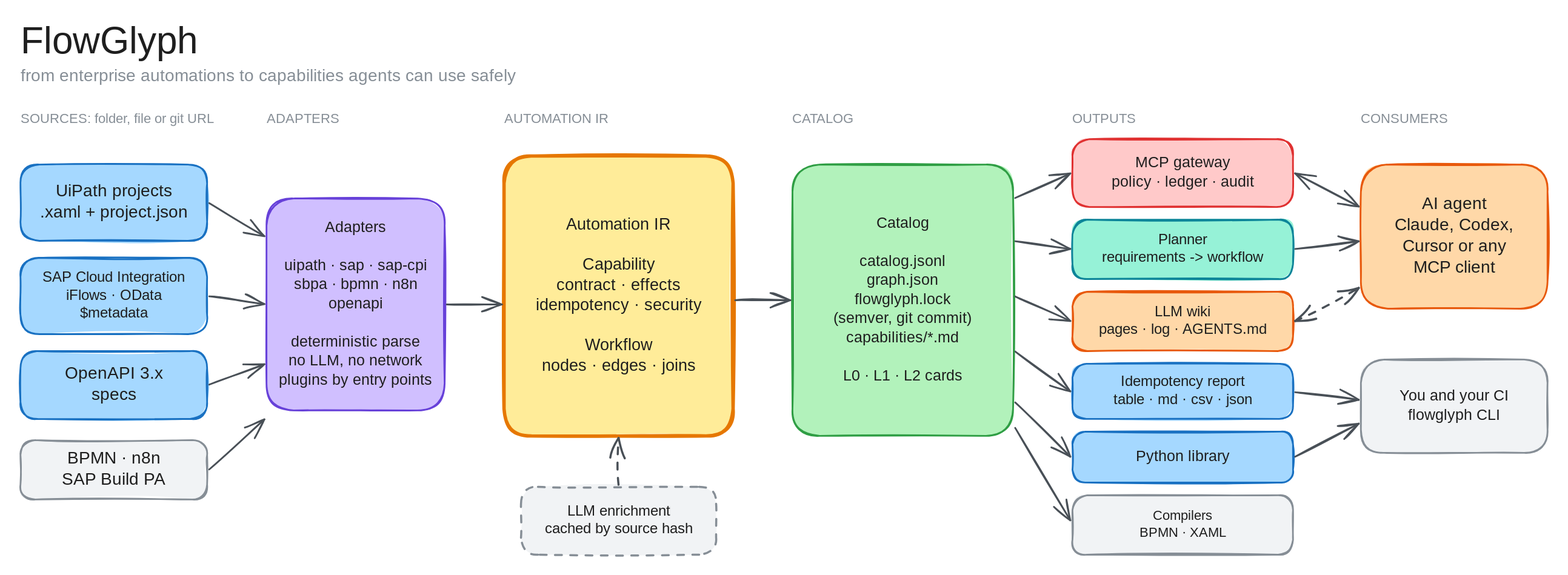
This is docs/assets/pipeline-light.svg from afernandeztem/FlowGlyph, a Excalidraw export, as it was before one commit. Source tidied: one line per element, renumbered; positions are measured from the earlier drawing's top-left corner, leaving out a move shared by most shapes.
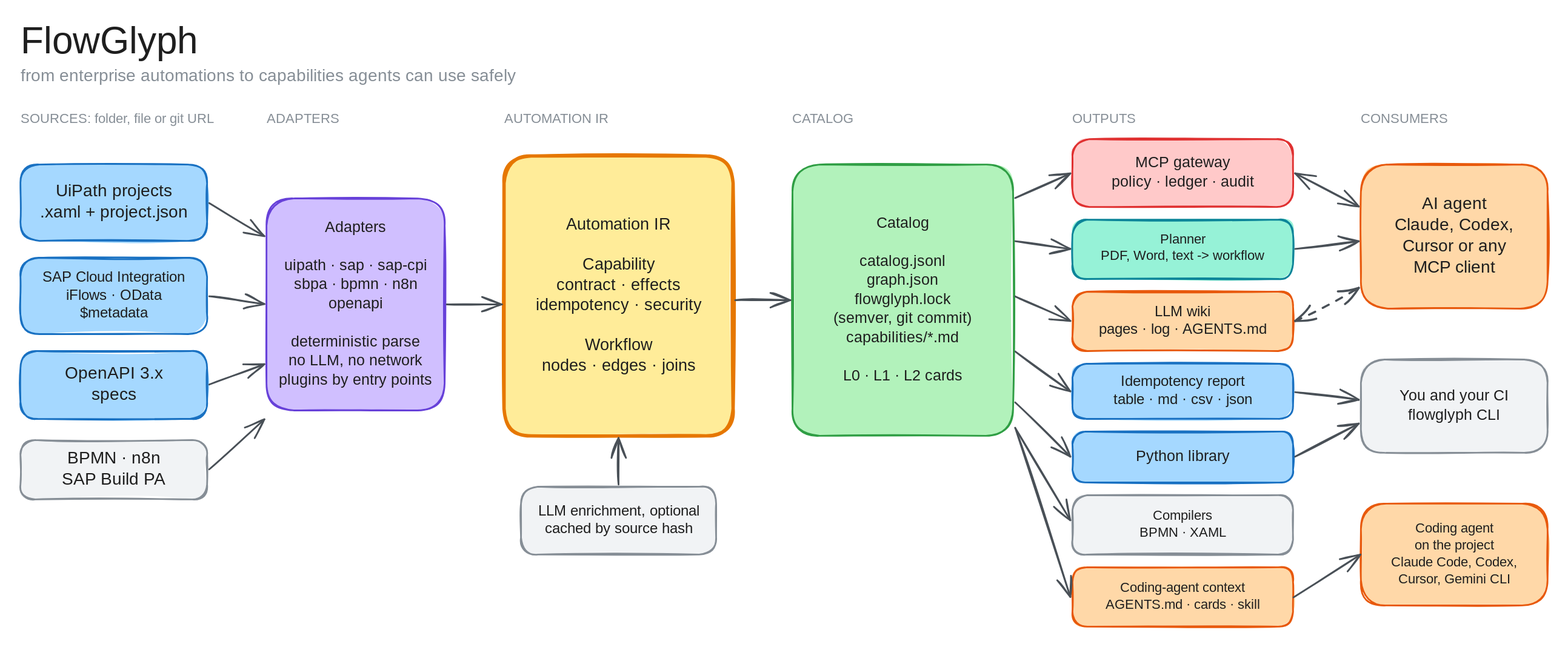
Above is the later version.

What changed in the source:
```diff
@@ -12,7 +12,7 @@
 {"id": 11, "type": "rectangle", "strokeColor": "#868e96", "backgroundColor": "#f1f3f5", "fillStyle": "solid", "strokeWidth": 2, "roughness": 1, "round": true, "x": 0, "y": 495, "width": 220, "height": 70}
 {"id": 12, "type": "rectangle", "strokeColor": "#6741d9", "backgroundColor": "#d0bfff", "fillStyle": "solid", "strokeWidth": 2, "roughness": 1, "round": true, "x": 290, "y": 210, "width": 210, "height": 250}
 {"id": 13, "type": "rectangle", "strokeColor": "#e67700", "backgroundColor": "#ffec99", "fillStyle": "solid", "strokeWidth": 4, "roughness": 1, "round": true, "x": 570, "y": 160, "width": 270, "height": 330}
-{"id": 14, "type": "rectangle", "strokeColor": "#868e96", "backgroundColor": "#f1f3f5", "fillStyle": "solid", "strokeWidth": 2, "strokeStyle": "dashed", "roughness": 1, "round": true, "x": 590, "y": 550, "width": 230, "height": 80}
+{"id": 14, "type": "rectangle", "strokeColor": "#868e96", "backgroundColor": "#f1f3f5", "fillStyle": "solid", "strokeWidth": 2, "roughness": 1, "round": true, "x": 590, "y": 550, "width": 230, "height": 80}
 {"id": 15, "type": "rectangle", "strokeColor": "#2f9e44", "backgroundColor": "#b2f2bb", "fillStyle": "solid", "strokeWidth": 2, "roughness": 1, "round": true, "x": 910, "y": 170, "width": 260, "height": 320}
 {"id": 16, "type": "rectangle", "strokeColor": "#e03131", "backgroundColor": "#ffc9c9", "fillStyle": "solid", "strokeWidth": 2, "roughness": 1, "round": true, "x": 1240, "y": 140, "width": 260, "height": 80}
 {"id": 17, "type": "rectangle", "strokeColor": "#0c8599", "backgroundColor": "#96f2d7", "fillStyle": "solid", "strokeWidth": 2, "roughness": 1, "round": true, "x": 1240, "y": 235, "width": 260, "height": 70}
@@ -28,7 +28,7 @@
 {"id": 27, "type": "arrow", "strokeColor": "#495057", "strokeWidth": 2, "roughness": 1, "endArrowhead": "arrow", "x": 222, "y": 530, "width": 65, "height": 59, "points": [[0, 0], [65, -59]]}
 {"id": 28, "type": "arrow", "strokeColor": "#495057", "strokeWidth": 2, "roughness": 1, "endArrowhead": "arrow", "x": 502, "y": 335, "width": 65, "height": 0, "points": [[0, 0], [65, 0]]}
 {"id": 29, "type": "arrow", "strokeColor": "#495057", "strokeWidth": 2, "roughness": 1, "endArrowhead": "arrow", "x": 842, "y": 330, "width": 65, "height": 0, "points": [[0, 0], [65, 0]]}
-{"id": 30, "type": "arrow", "strokeColor": "#495057", "strokeWidth": 2, "strokeStyle": "dashed", "roughness": 1, "endArrowhead": "arrow", "x": 705, "y": 548, "width": 0, "height": 55, "points": [[0, 0], [0, -55]]}
+{"id": 30, "type": "arrow", "strokeColor": "#495057", "strokeWidth": 2, "roughness": 1, "endArrowhead": "arrow", "x": 705, "y": 548, "width": 0, "height": 55, "points": [[0, 0], [0, -55]]}
 {"id": 31, "type": "arrow", "strokeColor": "#495057", "strokeWidth": 2, "roughness": 1, "endArrowhead": "arrow", "x": 1172, "y": 210, "width": 65, "height": 29, "points": [[0, 0], [65, -29]]}
 {"id": 32, "type": "arrow", "strokeColor": "#495057", "strokeWidth": 2, "roughness": 1, "endArrowhead": "arrow", "x": 1172, "y": 260, "width": 65, "height": 9, "points": [[0, 0], [65, 9]]}
 {"id": 33, "type": "arrow", "strokeColor": "#495057", "strokeWidth": 2, "roughness": 1, "endArrowhead": "arrow", "x": 1172, "y": 326, "width": 65, "height": 29, "points": [[0, 0], [65, 29]]}
@@ -46,13 +46,19 @@
 {"id": 45, "type": "text", "text": "BPMN · n8n\nSAP Build PA", "strokeColor": "#1e1e1e", "strokeWidth": 2, "roughness": 1, "fontSize": 20, "fontFamily": 5, "textAlign": "center", "verticalAlign": "middle", "inside": 11, "x": 55, "y": 505, "width": 111, "height": 50}
 {"id": 46, "type": "text", "text": "Adapters\n\nuipath · sap · sap-cpi\nsbpa · bpmn · n8n\nopenapi\n\ndeterministic parse\nno LLM, no network\nplugins by entry points", "strokeColor": "#1e1e1e", "strokeWidth": 2, "roughness": 1, "fontSize": 18, "fontFamily": 5, "textAlign": "center", "verticalAlign": "middle", "inside": 12, "x": 310, "y": 234, "width": 169, "height": 202}
 {"id": 47, "type": "text", "text": "Automation IR\n\nCapability\ncontract · effects\nidempotency · security\n\nWorkflow\nnodes · edges · joins", "strokeColor": "#1e1e1e", "strokeWidth": 2, "roughness": 1, "fontSize": 19, "fontFamily": 5, "textAlign": "center", "verticalAlign": "middle", "inside": 13, "x": 603, "y": 230, "width": 204, "height": 190}
-{"id": 48, "type": "text", "text": "LLM enrichment\ncached by source hash", "strokeColor": "#1e1e1e", "strokeWidth": 2, "roughness": 1, "fontSize": 17, "fontFamily": 5, "textAlign": "center", "verticalAlign": "middle", "inside": 14, "x": 612, "y": 569, "width": 187, "height": 42}
+{"id": 48, "type": "text", "text": "LLM enrichment, optional\ncached by source hash", "strokeColor": "#1e1e1e", "strokeWidth": 2, "roughness": 1, "fontSize": 17, "fontFamily": 5, "textAlign": "center", "verticalAlign": "middle", "inside": 14, "x": 612, "y": 569, "width": 187, "height": 42}
 {"id": 49, "type": "text", "text": "Catalog\n\ncatalog.jsonl\ngraph.json\nflowglyph.lock\n(semver, git commit)\ncapabilities/*.md\n\nL0 · L1 · L2 cards", "strokeColor": "#1e1e1e", "strokeWidth": 2, "roughness": 1, "fontSize": 18, "fontFamily": 5, "textAlign": "center", "verticalAlign": "middle", "inside": 15, "x": 953, "y": 229, "width": 173, "height": 202}
 {"id": 50, "type": "text", "text": "MCP gateway\npolicy · ledger · audit", "strokeColor": "#1e1e1e", "strokeWidth": 2, "roughness": 1, "fontSize": 18, "fontFamily": 5, "textAlign": "center", "verticalAlign": "middle", "inside": 16, "x": 1280, "y": 158, "width": 181, "height": 45}
-{"id": 51, "type": "text", "text": "Planner\nrequirements -> workflow", "strokeColor": "#1e1e1e", "strokeWidth": 2, "roughness": 1, "fontSize": 17, "fontFamily": 5, "textAlign": "center", "verticalAlign": "middle", "inside": 17, "x": 1268, "y": 249, "width": 204, "height": 42}
+{"id": 51, "type": "text", "text": "Planner\nPDF, Word, text -> workflow", "strokeColor": "#1e1e1e", "strokeWidth": 2, "roughness": 1, "fontSize": 16, "fontFamily": 5, "textAlign": "center", "verticalAlign": "middle", "inside": 17, "x": 1268, "y": 249, "width": 204, "height": 42}
 {"id": 52, "type": "text", "text": "LLM wiki\npages · log · AGENTS.md", "strokeColor": "#1e1e1e", "strokeWidth": 2, "roughness": 1, "fontSize": 17, "fontFamily": 5, "textAlign": "center", "verticalAlign": "middle", "inside": 18, "x": 1268, "y": 334, "width": 203, "height": 42}
 {"id": 53, "type": "text", "text": "Idempotency report\ntable · md · csv · json", "strokeColor": "#1e1e1e", "strokeWidth": 2, "roughness": 1, "fontSize": 17, "fontFamily": 5, "textAlign": "center", "verticalAlign": "middle", "inside": 19, "x": 1283, "y": 416, "width": 175, "height": 42}
 {"id": 54, "type": "text", "text": "Python library", "strokeColor": "#1e1e1e", "strokeWidth": 2, "roughness": 1, "fontSize": 18, "fontFamily": 5, "textAlign": "center", "verticalAlign": "middle", "inside": 20, "x": 1309, "y": 504, "width": 122, "height": 22}
 {"id": 55, "type": "text", "text": "Compilers\nBPMN · XAML", "strokeColor": "#1e1e1e", "strokeWidth": 2, "roughness": 1, "fontSize": 16, "fontFamily": 5, "textAlign": "center", "verticalAlign": "middle", "inside": 21, "x": 1276, "y": 575, "width": 188, "height": 40}
 {"id": 56, "type": "text", "text": "AI agent\nClaude, Codex,\nCursor or any\nMCP client", "strokeColor": "#1e1e1e", "strokeWidth": 2, "roughness": 1, "fontSize": 20, "fontFamily": 5, "textAlign": "center", "verticalAlign": "middle", "inside": 22, "x": 1620, "y": 205, "width": 140, "height": 100}
 {"id": 57, "type": "text", "text": "You and your CI\nflowglyph CLI", "strokeColor": "#1e1e1e", "strokeWidth": 2, "roughness": 1, "fontSize": 18, "fontFamily": 5, "textAlign": "center", "verticalAlign": "middle", "inside": 23, "x": 1620, "y": 432, "width": 141, "height": 45}
+{"id": 58, "type": "rectangle", "strokeColor": "#e8590c", "backgroundColor": "#ffd8a8", "fillStyle": "solid", "strokeWidth": 2, "roughness": 1, "round": true, "x": 1240, "y": 645, "width": 260, "height": 70}
+{"id": 59, "type": "text", "text": "Coding-agent context\nAGENTS.md · cards · skill", "strokeColor": "#1e1e1e", "strokeWidth": 2, "roughness": 1, "fontSize": 16, "fontFamily": 5, "textAlign": "center", "verticalAlign": "middle", "inside": 58, "x": 1268, "y": 660, "width": 203, "height": 40}
+{"id": 60, "type": "arrow", "strokeColor": "#495057", "strokeWidth": 2, "roughness": 1, "endArrowhead": "arrow", "x": 1172, "y": 480, "width": 65, "height": 200, "points": [[0, 0], [65, 200]]}
+{"id": 61, "type": "rectangle", "strokeColor": "#e8590c", "backgroundColor": "#ffd8a8", "fillStyle": "solid", "strokeWidth": 2, "roughness": 1, "round": true, "x": 1580, "y": 570, "width": 220, "height": 120}
+{"id": 62, "type": "text", "text": "Coding agent\non the project\nClaude Code, Codex,\nCursor, Gemini CLI", "strokeColor": "#1e1e1e", "strokeWidth": 2, "roughness": 1, "fontSize": 16, "fontFamily": 5, "textAlign": "center", "verticalAlign": "middle", "inside": 61, "x": 1620, "y": 590, "width": 141, "height": 80}
+{"id": 63, "type": "arrow", "strokeColor": "#495057", "strokeWidth": 2, "roughness": 1, "endArrowhead": "arrow", "x": 1500, "y": 680, "width": 79, "height": 50, "points": [[0, 0], [79, -50]]}
```
